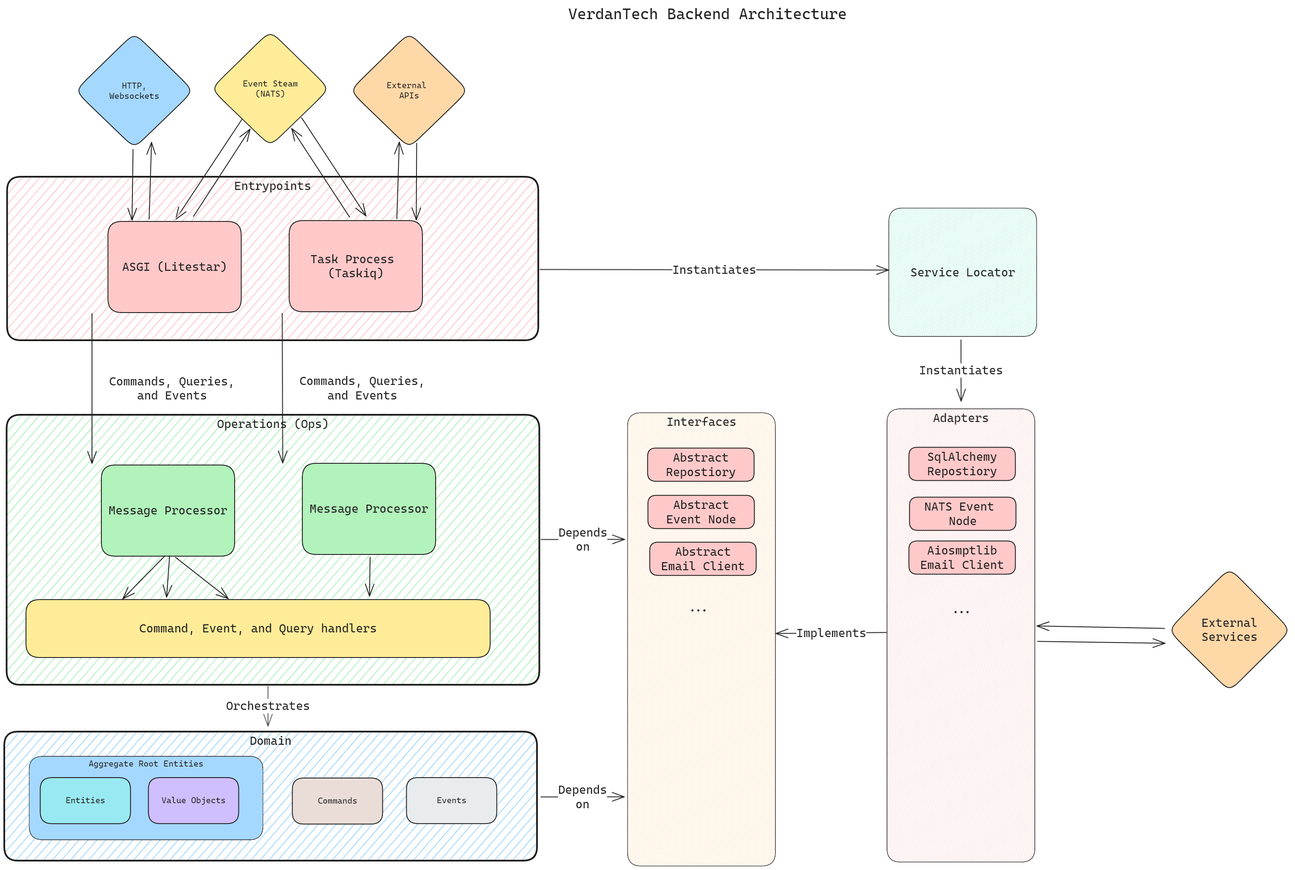
Before: docs/architecture.excalidraw.png, a diagram exported from Excalidraw (VerdanTech/Vdt-Webapp). Source tidied: one line per element, renumbered; positions are measured from the earlier drawing's top-left corner, leaving out a move shared by most shapes.
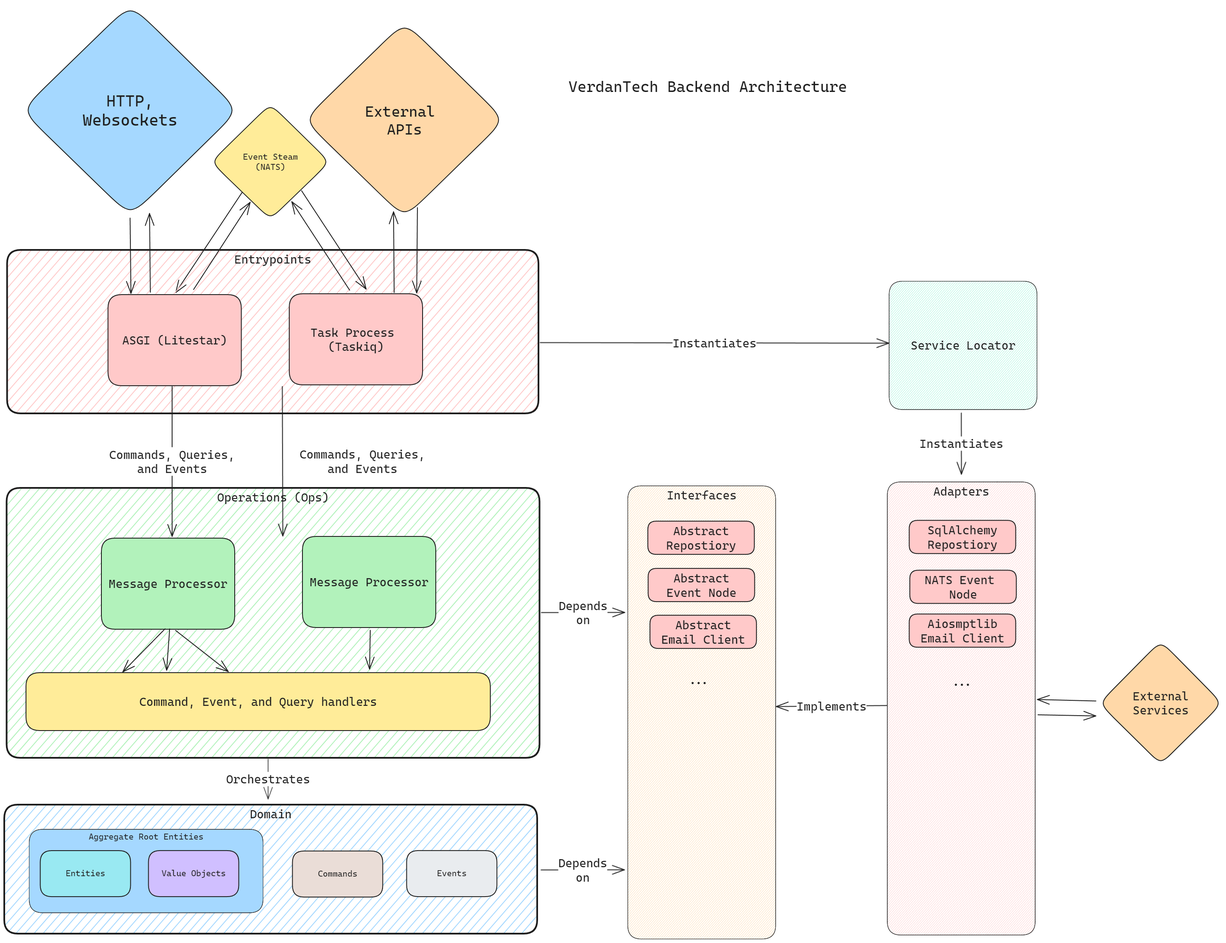
After the commit.

Diff of the diagram source:
```diff
@@ -6,12 +6,12 @@
 {"id": 5, "type": "text", "text": "ASGI (Litestar)", "strokeColor": "#1e1e1e", "backgroundColor": "#ffc9c9", "fillStyle": "solid", "strokeWidth": 2, "roughness": 1, "fontSize": 28, "fontFamily": 3, "textAlign": "center", "verticalAlign": "middle", "inside": 4, "x": 277, "y": 600, "width": 246, "height": 34}
 {"id": 6, "type": "rectangle", "strokeColor": "#1e1e1e", "backgroundColor": "#ffc9c9", "fillStyle": "solid", "strokeWidth": 2, "roughness": 0, "round": true, "x": 669, "y": 508, "width": 313, "height": 214}
 {"id": 7, "type": "text", "text": "Task Process \n(Taskiq)", "strokeColor": "#1e1e1e", "backgroundColor": "#ffc9c9", "fillStyle": "solid", "strokeWidth": 2, "roughness": 1, "fontSize": 28, "fontFamily": 3, "textAlign": "center", "verticalAlign": "middle", "inside": 6, "x": 719, "y": 581, "width": 213, "height": 67}
-{"id": 8, "type": "diamond", "strokeColor": "#1e1e1e", "backgroundColor": "#a5d8ff", "fillStyle": "solid", "strokeWidth": 2, "roughness": 0, "round": true, "x": 166, "y": 67, "width": 278, "height": 271}
+{"id": 8, "type": "diamond", "strokeColor": "#1e1e1e", "backgroundColor": "#a5d8ff", "fillStyle": "solid", "strokeWidth": 2, "roughness": 0, "round": true, "x": 40, "y": -172, "width": 511, "height": 498}
-{"id": 9, "type": "text", "text": "HTTP,\nWebsockets", "strokeColor": "#1e1e1e", "backgroundColor": "#ffc9c9", "fillStyle": "solid", "strokeWidth": 2, "roughness": 1, "fontSize": 20, "fontFamily": 3, "textAlign": "center", "verticalAlign": "middle", "inside": 8, "x": 247, "y": 179, "width": 117, "height": 48}
+{"id": 9, "type": "text", "text": "HTTP,\nWebsockets", "strokeColor": "#1e1e1e", "backgroundColor": "#ffc9c9", "fillStyle": "solid", "strokeWidth": 2, "roughness": 1, "fontSize": 37.98, "fontFamily": 3, "textAlign": "center", "verticalAlign": "middle", "inside": 8, "x": 184, "y": 31, "width": 223, "height": 91}
-{"id": 10, "type": "arrow", "strokeColor": "#1e1e1e", "backgroundColor": "#a5d8ff", "fillStyle": "solid", "strokeWidth": 2, "roughness": 0, "endArrowhead": "arrow", "round": true, "from": 8, "to": 4, "x": 302, "y": 341, "width": 2, "height": 166, "points": [[0, 0], [-2, 166]]}
+{"id": 10, "type": "arrow", "strokeColor": "#1e1e1e", "backgroundColor": "#a5d8ff", "fillStyle": "solid", "strokeWidth": 2, "roughness": 0, "endArrowhead": "arrow", "round": true, "from": 8, "to": 4, "x": 295, "y": 330, "width": 2, "height": 177, "points": [[0, 0], [2, 177]]}
 {"id": 11, "type": "rectangle", "strokeColor": "#1e1e1e", "backgroundColor": "#b2f2bb", "fillStyle": "hachure", "strokeWidth": 4, "roughness": 0, "round": true, "x": 6, "y": 964, "width": 1251, "height": 634}
 {"id": 12, "type": "text", "text": "Operations (Ops)", "strokeColor": "#1e1e1e", "backgroundColor": "#b2f2bb", "fillStyle": "hachure", "strokeWidth": 2, "roughness": 1, "fontSize": 28, "fontFamily": 3, "textAlign": "center", "inside": 11, "x": 500, "y": 969, "width": 262, "height": 34}
-{"id": 13, "type": "arrow", "strokeColor": "#1e1e1e", "backgroundColor": "#b2f2bb", "fillStyle": "hachure", "strokeWidth": 2, "roughness": 0, "endArrowhead": "arrow", "round": true, "from": 4, "to": 15, "x": 394, "y": 726, "width": 376, "height": 352, "points": [[0, 0], [0, 352]]}
+{"id": 13, "type": "arrow", "strokeColor": "#1e1e1e", "backgroundColor": "#b2f2bb", "fillStyle": "hachure", "strokeWidth": 2, "roughness": 0, "endArrowhead": "arrow", "round": true, "from": 4, "to": 15, "x": 394, "y": 726, "width": 0, "height": 352, "points": [[0, 0], [0, 352]]}
 {"id": 14, "type": "text", "text": "Commands, Queries,\nand Events", "strokeColor": "#1e1e1e", "backgroundColor": "#b2f2bb", "fillStyle": "hachure", "strokeWidth": 2, "roughness": 1, "fontSize": 28, "fontFamily": 3, "textAlign": "center", "verticalAlign": "middle", "inside": 13, "x": 246, "y": 868, "width": 295, "height": 67}
 {"id": 15, "type": "rectangle", "strokeColor": "#1e1e1e", "backgroundColor": "#b2f2bb", "fillStyle": "solid", "strokeWidth": 2, "roughness": 0, "round": true, "x": 228, "y": 1082, "width": 313, "height": 214}
 {"id": 16, "type": "text", "text": "Message Processor", "strokeColor": "#1e1e1e", "backgroundColor": "#ffc9c9", "fillStyle": "solid", "strokeWidth": 2, "roughness": 1, "fontSize": 28, "fontFamily": 3, "textAlign": "center", "verticalAlign": "middle", "inside": 15, "x": 245, "y": 1172, "width": 279, "height": 34}
@@ -40,12 +40,12 @@
 {"id": 39, "type": "diamond", "strokeColor": "#1e1e1e", "backgroundColor": "#ffec99", "fillStyle": "solid", "strokeWidth": 2, "roughness": 0, "round": true, "x": 486, "y": 62, "width": 278, "height": 271}
 {"id": 40, "type": "text", "text": "Event Steam\n(NATS)", "strokeColor": "#1e1e1e", "backgroundColor": "#ffc9c9", "fillStyle": "solid", "strokeWidth": 2, "roughness": 1, "fontSize": 20, "fontFamily": 3, "textAlign": "center", "verticalAlign": "middle", "inside": 39, "x": 560, "y": 174, "width": 129, "height": 48}
 {"id": 41, "type": "arrow", "strokeColor": "#1e1e1e", "backgroundColor": "#a5d8ff", "fillStyle": "solid", "strokeWidth": 2, "roughness": 0, "endArrowhead": "arrow", "round": true, "from": 39, "to": 6, "x": 698, "y": 266, "width": 151, "height": 231, "points": [[0, 0], [151, 231]]}
-{"id": 42, "type": "diamond", "strokeColor": "#1e1e1e", "backgroundColor": "#ffd8a8", "fillStyle": "solid", "strokeWidth": 2, "roughness": 0, "round": true, "x": 812, "y": 67, "width": 278, "height": 271}
+{"id": 42, "type": "diamond", "strokeColor": "#1e1e1e", "backgroundColor": "#ffd8a8", "fillStyle": "solid", "strokeWidth": 2, "roughness": 0, "round": true, "x": 704, "y": -130, "width": 472, "height": 460}
-{"id": 43, "type": "text", "text": "External \nAPIs", "strokeColor": "#1e1e1e", "backgroundColor": "#ffc9c9", "fillStyle": "solid", "strokeWidth": 2, "roughness": 1, "fontSize": 20, "fontFamily": 3, "textAlign": "center", "verticalAlign": "middle", "inside": 42, "x": 898, "y": 178, "width": 105, "height": 48}
+{"id": 43, "type": "text", "text": "External \nAPIs", "strokeColor": "#1e1e1e", "backgroundColor": "#ffc9c9", "fillStyle": "solid", "strokeWidth": 2, "roughness": 1, "fontSize": 35.04, "fontFamily": 3, "textAlign": "center", "verticalAlign": "middle", "inside": 42, "x": 847, "y": 58, "width": 185, "height": 84}
-{"id": 44, "type": "arrow", "strokeColor": "#1e1e1e", "backgroundColor": "#a5d8ff", "fillStyle": "solid", "strokeWidth": 2, "roughness": 0, "endArrowhead": "arrow", "round": true, "from": 42, "to": 6, "x": 968, "y": 326, "width": 1, "height": 180, "points": [[0, 0], [-1, 180]]}
+{"id": 44, "type": "arrow", "strokeColor": "#1e1e1e", "backgroundColor": "#a5d8ff", "fillStyle": "solid", "strokeWidth": 2, "roughness": 0, "endArrowhead": "arrow", "round": true, "from": 42, "to": 6, "x": 970, "y": 306, "width": 2, "height": 201, "points": [[0, 0], [-2, 201]]}
 {"id": 45, "type": "arrow", "strokeColor": "#1e1e1e", "backgroundColor": "#a5d8ff", "fillStyle": "solid", "strokeWidth": 2, "roughness": 0, "endArrowhead": "arrow", "round": true, "from": 4, "to": 39, "x": 444, "y": 498, "width": 133, "height": 205, "points": [[0, 0], [133, -205]]}
 {"id": 46, "type": "arrow", "strokeColor": "#1e1e1e", "backgroundColor": "#a5d8ff", "fillStyle": "solid", "strokeWidth": 2, "roughness": 0, "endArrowhead": "arrow", "round": true, "from": 6, "to": 39, "x": 811, "y": 500, "width": 136, "height": 208, "points": [[0, 0], [-136, -208]]}
-{"id": 47, "type": "arrow", "strokeColor": "#1e1e1e", "backgroundColor": "#a5d8ff", "fillStyle": "solid", "strokeWidth": 2, "roughness": 0, "endArrowhead": "arrow", "round": true, "from": 6, "to": 42, "x": 922, "y": 504, "width": 6, "height": 180, "points": [[0, 0], [6, -180]]}
+{"id": 47, "type": "arrow", "strokeColor": "#1e1e1e", "backgroundColor": "#a5d8ff", "fillStyle": "solid", "strokeWidth": 2, "roughness": 0, "endArrowhead": "arrow", "round": true, "from": 6, "to": 42, "x": 915, "y": 505, "width": 1, "height": 190, "points": [[0, 0], [-1, -190]]}
 {"id": 48, "type": "arrow", "strokeColor": "#1e1e1e", "backgroundColor": "#ffd8a8", "fillStyle": "solid", "strokeWidth": 1, "roughness": 0, "endArrowhead": "arrow", "round": true, "from": 11, "to": 27, "x": 619, "y": 1601, "width": 0, "height": 94, "points": [[0, 0], [0, 94]]}
 {"id": 49, "type": "text", "text": "Orchestrates", "strokeColor": "#1e1e1e", "backgroundColor": "#ffd8a8", "fillStyle": "hachure", "strokeWidth": 1, "roughness": 0, "fontSize": 28, "fontFamily": 3, "textAlign": "center", "verticalAlign": "middle", "inside": 48, "x": 521, "y": 1631, "width": 197, "height": 34}
 {"id": 50, "type": "rectangle", "strokeColor": "#1e1e1e", "backgroundColor": "#ffd8a8", "fillStyle": "hachure", "strokeWidth": 1, "roughness": 0, "round": true, "x": 1464, "y": 959, "width": 347, "height": 1064}
@@ -77,9 +77,9 @@
 {"id": 76, "type": "text", "text": "NATS Event \nNode", "strokeColor": "#1e1e1e", "backgroundColor": "#96f2d7", "fillStyle": "hachure", "strokeWidth": 2, "roughness": 0, "fontSize": 28, "fontFamily": 3, "textAlign": "center", "verticalAlign": "middle", "inside": 75, "x": 2161, "y": 1163, "width": 180, "height": 67}
 {"id": 77, "type": "rectangle", "strokeColor": "#1e1e1e", "backgroundColor": "#ffc9c9", "fillStyle": "solid", "strokeWidth": 2, "roughness": 0, "round": true, "x": 2124, "y": 1260, "width": 250, "height": 78}
 {"id": 78, "type": "text", "text": "Aiosmptlib\nEmail Client", "strokeColor": "#1e1e1e", "backgroundColor": "#96f2d7", "fillStyle": "hachure", "strokeWidth": 2, "roughness": 0, "fontSize": 28, "fontFamily": 3, "textAlign": "center", "verticalAlign": "middle", "inside": 77, "x": 2151, "y": 1266, "width": 197, "height": 67}
-{"id": 79, "type": "arrow", "strokeColor": "#1e1e1e", "backgroundColor": "#ffd8a8", "fillStyle": "hachure", "strokeWidth": 2, "roughness": 0, "endArrowhead": "arrow", "round": true, "from": 52, "to": 80, "x": 2427, "y": 1496, "width": 299, "height": 4, "points": [[0, 0], [299, 4]]}
+{"id": 79, "type": "arrow", "strokeColor": "#1e1e1e", "backgroundColor": "#ffd8a8", "fillStyle": "hachure", "strokeWidth": 2, "roughness": 0, "endArrowhead": "arrow", "round": true, "from": 52, "to": 80, "x": 2427, "y": 1497, "width": 136, "height": 3, "points": [[0, 0], [136, 3]]}
-{"id": 80, "type": "diamond", "strokeColor": "#1e1e1e", "backgroundColor": "#ffd8a8", "fillStyle": "solid", "strokeWidth": 2, "roughness": 0, "round": true, "x": 2733, "y": 1324, "width": 288, "height": 290}
+{"id": 80, "type": "diamond", "strokeColor": "#1e1e1e", "backgroundColor": "#ffd8a8", "fillStyle": "solid", "strokeWidth": 2, "roughness": 0, "round": true, "x": 2571, "y": 1324, "width": 288, "height": 290}
-{"id": 81, "type": "text", "text": "External\nServices", "strokeColor": "#1e1e1e", "backgroundColor": "#ffc9c9", "fillStyle": "solid", "strokeWidth": 2, "roughness": 1, "fontSize": 28, "fontFamily": 3, "textAlign": "center", "verticalAlign": "middle", "inside": 80, "x": 2812, "y": 1435, "width": 131, "height": 67}
+{"id": 81, "type": "text", "text": "External\nServices", "strokeColor": "#1e1e1e", "backgroundColor": "#ffc9c9", "fillStyle": "solid", "strokeWidth": 2, "roughness": 1, "fontSize": 28, "fontFamily": 3, "textAlign": "center", "verticalAlign": "middle", "inside": 80, "x": 2649, "y": 1435, "width": 131, "height": 67}
-{"id": 82, "type": "arrow", "strokeColor": "#1e1e1e", "backgroundColor": "#ffd8a8", "fillStyle": "hachure", "strokeWidth": 2, "roughness": 0, "endArrowhead": "arrow", "round": true, "from": 80, "to": 52, "x": 2725, "y": 1466, "width": 299, "height": 6, "points": [[0, 0], [-299, -6]]}
+{"id": 82, "type": "arrow", "strokeColor": "#1e1e1e", "backgroundColor": "#ffd8a8", "fillStyle": "hachure", "strokeWidth": 2, "roughness": 0, "endArrowhead": "arrow", "round": true, "from": 80, "to": 52, "x": 2563, "y": 1465, "width": 137, "height": 4, "points": [[0, 0], [-137, -4]]}
 {"id": 83, "type": "text", "text": "...", "strokeColor": "#1e1e1e", "backgroundColor": "#ffc9c9", "fillStyle": "solid", "strokeWidth": 2, "roughness": 0, "fontSize": 36, "fontFamily": 3, "textAlign": "center", "verticalAlign": "middle", "x": 2216, "y": 1395, "width": 63, "height": 43}
-{"id": 84, "type": "arrow", "strokeColor": "#1e1e1e", "backgroundColor": "#a5d8ff", "fillStyle": "solid", "strokeWidth": 2, "roughness": 0, "endArrowhead": "arrow", "round": true, "from": 4, "to": 8, "x": 340, "y": 505, "width": 6, "height": 180, "points": [[0, 0], [6, -180]]}
+{"id": 84, "type": "arrow", "strokeColor": "#1e1e1e", "backgroundColor": "#a5d8ff", "fillStyle": "solid", "strokeWidth": 2, "roughness": 0, "endArrowhead": "arrow", "round": true, "from": 4, "to": 8, "x": 343, "y": 505, "width": 2, "height": 185, "points": [[0, 0], [-2, -185]]}
```
